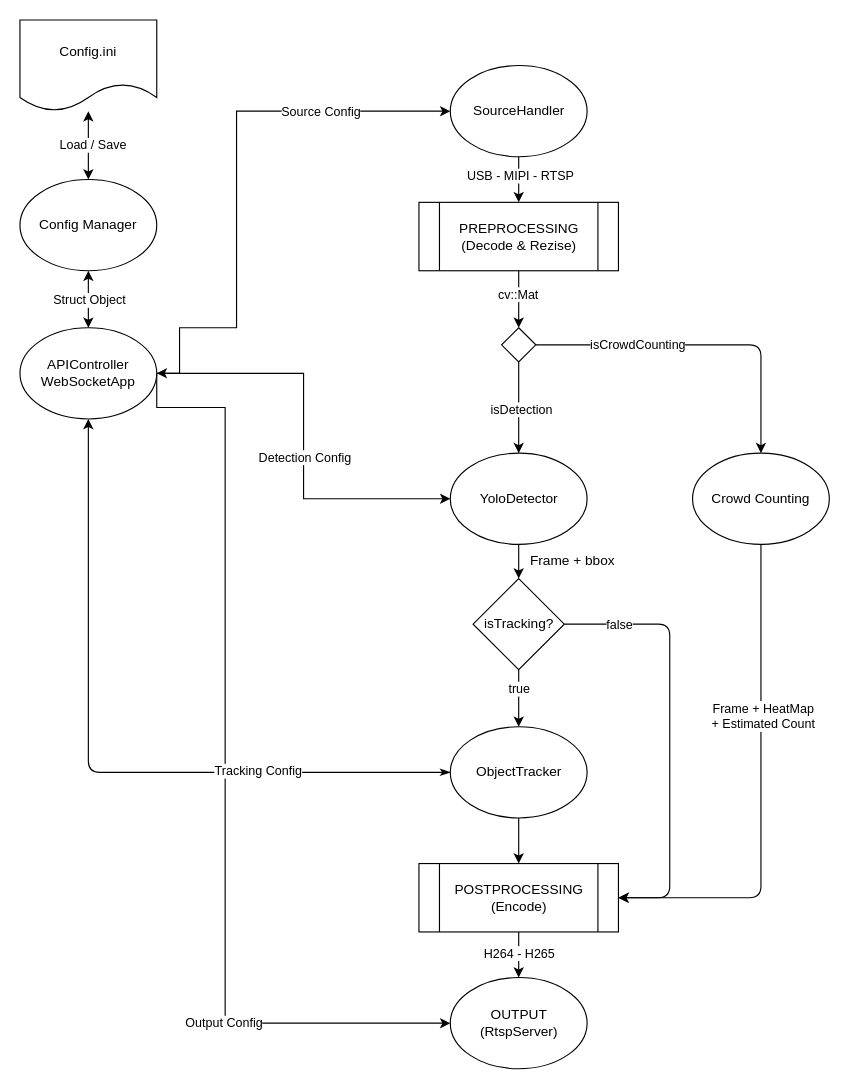
Earlier version of the draw.io diagram page "Diagram Arsitektur" (1 of 2) of DiagramArsitektur.drawio (BagaszPraa/SurveilanceCam). Source tidied: cells renumbered, new cells numbered last; positions are measured from the earlier drawing's top-left corner, leaving out a move shared by most shapes. Both pictures are drawn from the tidied source at 114%, with x=0, y=0 at pixel (19, 19).
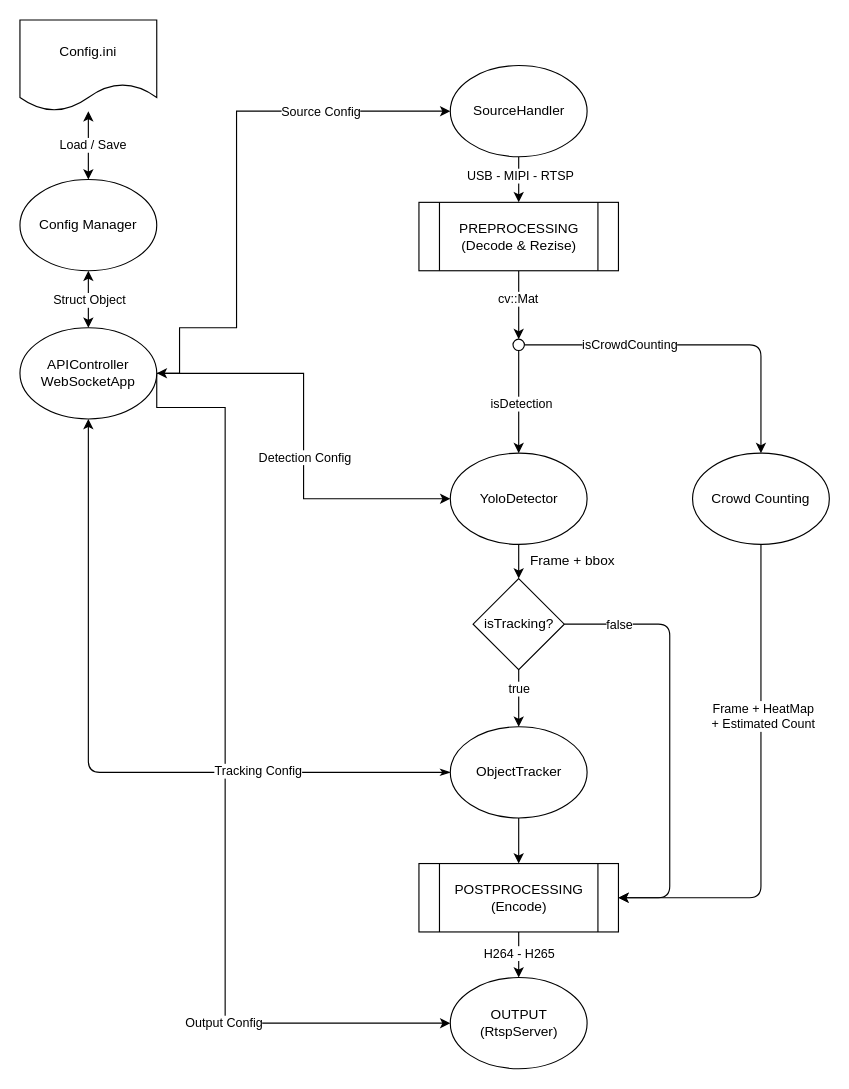
Above is the later version.

The change refers to these unchanged cells:
```xml
<mxCell id="12" value="PREPROCESSING&lt;div&gt;(Decode &amp;amp; Rezise)&lt;/div&gt;" style="shape=process;whiteSpace=wrap;html=1;backgroundOutline=1;" parent="1" vertex="1">
  <mxGeometry x="350" y="160" width="175" height="60" as="geometry" />
</mxCell>
<mxCell id="21" value="YoloDetector" style="ellipse;whiteSpace=wrap;html=1;" parent="1" vertex="1">
  <mxGeometry x="377.5" y="380" width="120" height="80" as="geometry" />
</mxCell>
<mxCell id="39" value="Crowd Counting" style="ellipse;whiteSpace=wrap;html=1;" parent="1" vertex="1">
  <mxGeometry x="590" y="380" width="120" height="80" as="geometry" />
</mxCell>
```

Diff of the diagram source:
```diff
@@
-    <mxCell id="10" style="edgeStyle=none;html=1;exitX=0.5;exitY=1;exitDx=0;exitDy=0;entryX=0.5;entryY=0;entryDx=0;entryDy=0;" parent="1" edge="1" source="12" target="44">
+    <mxCell id="10" style="edgeStyle=none;html=1;exitX=0.5;exitY=1;exitDx=0;exitDy=0;entryX=0.5;entryY=0;entryDx=0;entryDy=0;" parent="1" edge="1" source="12" target="45">
       <mxGeometry relative="1" as="geometry" />
     </mxCell>
@@
-    <mxCell id="40" style="edgeStyle=none;html=1;exitX=0.5;exitY=1;exitDx=0;exitDy=0;entryX=0.5;entryY=0;entryDx=0;entryDy=0;" parent="1" edge="1" source="44" target="21">
+    <mxCell id="40" style="edgeStyle=none;html=1;exitX=0.5;exitY=1;exitDx=0;exitDy=0;entryX=0.5;entryY=0;entryDx=0;entryDy=0;" parent="1" edge="1" source="45" target="21">
       <mxGeometry relative="1" as="geometry" />
     </mxCell>
@@
-    <mxCell id="42" style="edgeStyle=orthogonalEdgeStyle;html=1;exitX=1;exitY=0.5;exitDx=0;exitDy=0;entryX=0.5;entryY=0;entryDx=0;entryDy=0;" parent="1" edge="1" source="44" target="39">
+    <mxCell id="42" style="edgeStyle=orthogonalEdgeStyle;html=1;exitX=1;exitY=0.5;exitDx=0;exitDy=0;entryX=0.5;entryY=0;entryDx=0;entryDy=0;" parent="1" edge="1" source="45" target="39">
       <mxGeometry relative="1" as="geometry" />
     </mxCell>
@@
-    <mxCell id="44" style="rhombus;whiteSpace=wrap;html=1;" parent="1" vertex="1">
-      <mxGeometry x="422.5" y="270" width="30" height="30" as="geometry" />
-    </mxCell>
+    <mxCell id="45" style="ellipse;whiteSpace=wrap;html=1;" parent="1" vertex="1">
+      <mxGeometry x="432.5" y="280" width="10" height="10" as="geometry" />
+    </mxCell>
```
